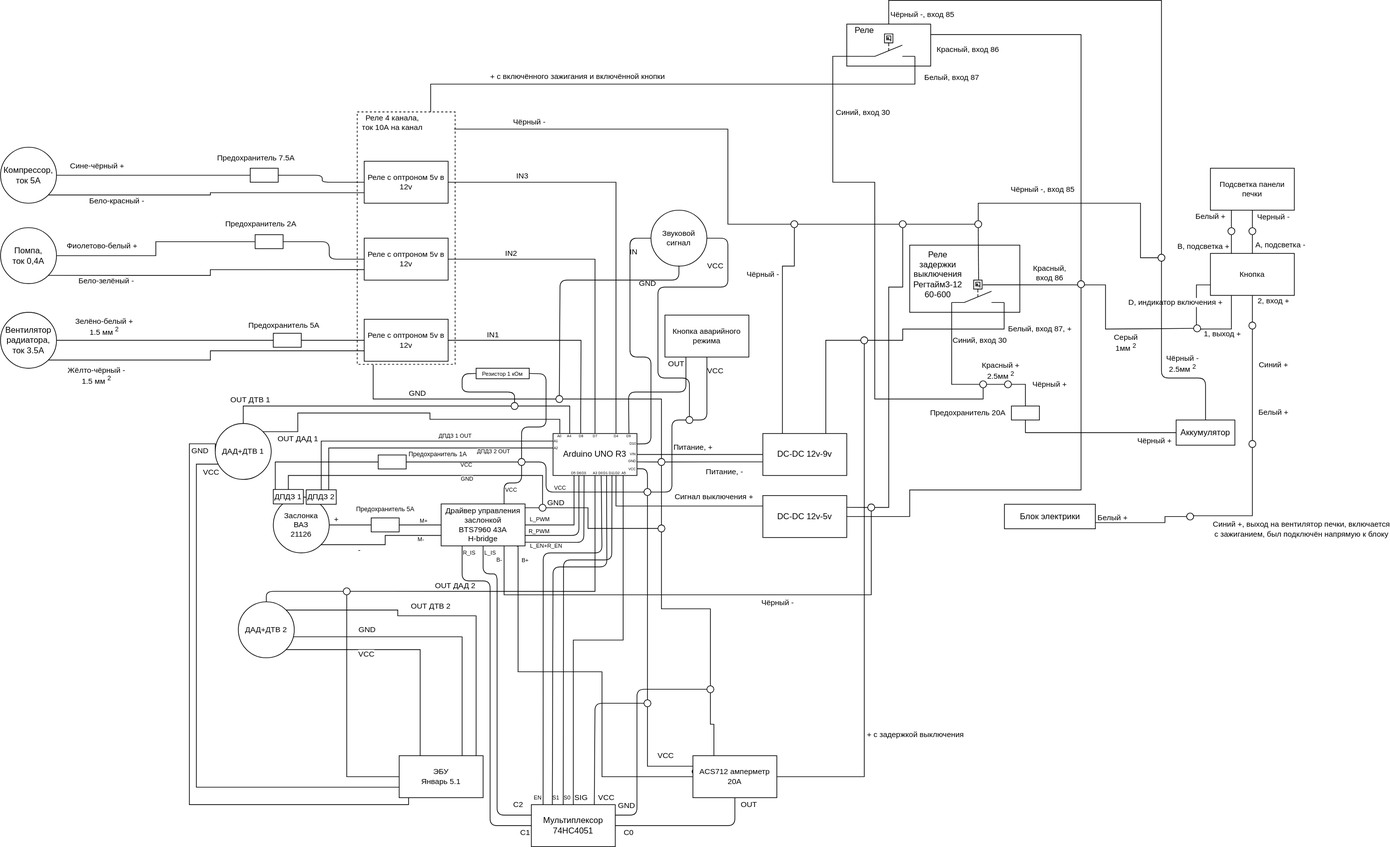
Before: electrical_scheme.drawio.svg, a diagram exported from draw.io (kak-tus/compressor). Source tidied: cells renumbered, new cells last; positions are measured from the earlier drawing's top-left corner, leaving out a move shared by most shapes.
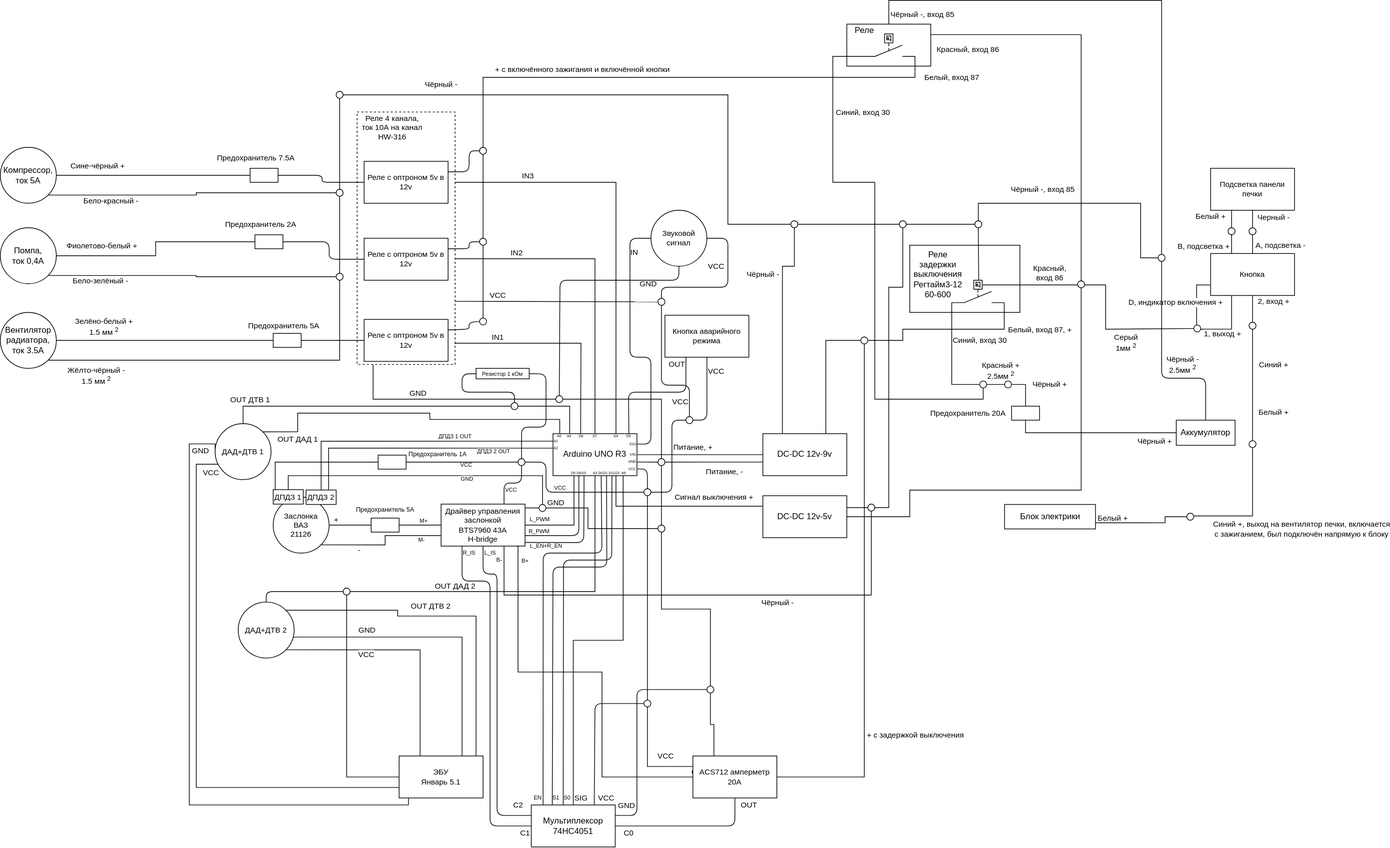
After the change.

Change to the diagram source:
```diff
@@ -2,6 +2,9 @@
   <root>
     <mxCell id="0" />
     <mxCell id="1" parent="0" />
+    <mxCell id="276" style="edgeStyle=none;html=1;exitX=1;exitY=0.75;exitDx=0;exitDy=0;endArrow=none;endFill=0;entryX=0;entryY=0.5;entryDx=0;entryDy=0;" parent="1" edge="1" source="2" target="280">
+      <mxGeometry relative="1" as="geometry" />
+    </mxCell>
     <mxCell id="2" style="rounded=0;whiteSpace=wrap;html=1;fontFamily=Helvetica;fontSize=11;fontColor=default;fillColor=none;dashed=1;" parent="1" vertex="1">
       <mxGeometry x="510" y="159.6" width="140" height="360.8" as="geometry" />
     </mxCell>
@@ -236,7 +239,7 @@
     <mxCell id="54" value="Помпа,&lt;br&gt;ток 0,4А" style="ellipse;whiteSpace=wrap;html=1;" parent="1" vertex="1">
       <mxGeometry y="325" width="80" height="80" as="geometry" />
     </mxCell>
-    <mxCell id="55" style="edgeStyle=orthogonalEdgeStyle;shape=connector;rounded=0;jettySize=auto;html=1;exitX=0.5;exitY=0;exitDx=0;exitDy=0;entryX=1;entryY=0.5;entryDx=0;entryDy=0;labelBackgroundColor=default;strokeColor=default;fontFamily=Helvetica;fontSize=11;fontColor=default;endArrow=none;endFill=0;" parent="1" edge="1" source="95" target="118">
+    <mxCell id="55" style="edgeStyle=orthogonalEdgeStyle;shape=connector;rounded=0;jettySize=auto;html=1;exitX=0.5;exitY=0;exitDx=0;exitDy=0;labelBackgroundColor=default;strokeColor=default;fontFamily=Helvetica;fontSize=11;fontColor=default;endArrow=none;endFill=0;entryX=1.001;entryY=0.581;entryDx=0;entryDy=0;entryPerimeter=0;" parent="1" edge="1" source="95" target="2">
       <mxGeometry relative="1" as="geometry" />
     </mxCell>
     <mxCell id="56" value="IN2" style="edgeLabel;html=1;align=center;verticalAlign=middle;fontSize=11;fontFamily=Helvetica;fontColor=default;" parent="55" vertex="1">
@@ -244,8 +247,13 @@
         <mxPoint y="-10" as="offset" />
       </mxGeometry>
     </mxCell>
-    <mxCell id="57" style="edgeStyle=orthogonalEdgeStyle;shape=connector;rounded=0;jettySize=auto;html=1;exitX=0.75;exitY=0;exitDx=0;exitDy=0;entryX=1;entryY=0.5;entryDx=0;entryDy=0;labelBackgroundColor=default;strokeColor=default;fontFamily=Helvetica;fontSize=11;fontColor=default;endArrow=none;endFill=0;" parent="1" edge="1" source="95" target="123">
-      <mxGeometry relative="1" as="geometry" />
+    <mxCell id="57" style="edgeStyle=orthogonalEdgeStyle;shape=connector;rounded=0;jettySize=auto;html=1;exitX=0.75;exitY=0;exitDx=0;exitDy=0;labelBackgroundColor=default;strokeColor=default;fontFamily=Helvetica;fontSize=11;fontColor=default;endArrow=none;endFill=0;" parent="1" edge="1" source="95">
+      <mxGeometry relative="1" as="geometry">
+        <mxPoint x="650" y="260" as="targetPoint" />
+        <Array as="points">
+          <mxPoint x="880" y="260" />
+        </Array>
+      </mxGeometry>
     </mxCell>
     <mxCell id="58" value="IN3" style="edgeLabel;html=1;align=center;verticalAlign=middle;fontSize=11;fontFamily=Helvetica;fontColor=default;" parent="57" vertex="1">
       <mxGeometry x="0.65" y="-2" relative="1" as="geometry">
@@ -320,12 +328,12 @@
         <mxPoint x="162" y="18" as="offset" />
       </mxGeometry>
     </mxCell>
-    <mxCell id="74" style="edgeStyle=orthogonalEdgeStyle;shape=connector;rounded=0;jettySize=auto;html=1;entryX=1;entryY=0.5;entryDx=0;entryDy=0;labelBackgroundColor=default;strokeColor=default;fontFamily=Helvetica;fontSize=11;fontColor=default;endArrow=none;endFill=0;exitX=0.33;exitY=-0.005;exitDx=0;exitDy=0;exitPerimeter=0;" parent="1" edge="1" source="95" target="113">
+    <mxCell id="74" style="edgeStyle=orthogonalEdgeStyle;shape=connector;rounded=0;jettySize=auto;html=1;entryX=1.001;entryY=0.919;entryDx=0;entryDy=0;labelBackgroundColor=default;strokeColor=default;fontFamily=Helvetica;fontSize=11;fontColor=default;endArrow=none;endFill=0;exitX=0.33;exitY=-0.005;exitDx=0;exitDy=0;exitPerimeter=0;entryPerimeter=0;" parent="1" edge="1" source="95" target="2">
       <mxGeometry relative="1" as="geometry">
         <Array as="points">
           <mxPoint x="830" y="600" />
-          <mxPoint x="830" y="600" />
-          <mxPoint x="830" y="486" />
+          <mxPoint x="830" y="490" />
+          <mxPoint x="650" y="490" />
         </Array>
       </mxGeometry>
     </mxCell>
@@ -488,17 +496,17 @@
         <mxPoint x="-7" as="offset" />
       </mxGeometry>
     </mxCell>
-    <mxCell id="107" style="edgeStyle=orthogonalEdgeStyle;shape=connector;rounded=0;jettySize=auto;html=1;entryX=0.99;entryY=0.068;entryDx=0;entryDy=0;entryPerimeter=0;labelBackgroundColor=default;strokeColor=default;fontFamily=Helvetica;fontSize=11;fontColor=default;endArrow=none;endFill=0;exitX=0;exitY=0.5;exitDx=0;exitDy=0;" parent="1" edge="1" source="197" target="2">
+    <mxCell id="107" style="edgeStyle=orthogonalEdgeStyle;shape=connector;rounded=0;jettySize=auto;html=1;entryX=1;entryY=0.5;entryDx=0;entryDy=0;labelBackgroundColor=default;strokeColor=default;fontFamily=Helvetica;fontSize=11;fontColor=default;endArrow=none;endFill=0;exitX=0;exitY=0.5;exitDx=0;exitDy=0;" parent="1" edge="1" source="197" target="281">
       <mxGeometry relative="1" as="geometry">
         <Array as="points">
           <mxPoint x="1040" y="320" />
-          <mxPoint x="1040" y="184" />
+          <mxPoint x="1040" y="135" />
         </Array>
       </mxGeometry>
     </mxCell>
     <mxCell id="108" value="Чёрный -" style="edgeLabel;html=1;align=center;verticalAlign=middle;fontSize=11;fontFamily=Helvetica;fontColor=default;" parent="107" vertex="1">
       <mxGeometry x="0.44" y="-1" relative="1" as="geometry">
-        <mxPoint x="-66" y="-9" as="offset" />
+        <mxPoint x="-92" y="-14" as="offset" />
       </mxGeometry>
     </mxCell>
     <mxCell id="109" style="edgeStyle=none;shape=connector;rounded=1;html=1;exitX=0.5;exitY=1;exitDx=0;exitDy=0;entryX=0.514;entryY=-0.018;entryDx=0;entryDy=0;entryPerimeter=0;labelBackgroundColor=default;strokeColor=default;fontFamily=Helvetica;fontSize=11;fontColor=default;endArrow=none;endFill=0;" parent="1" edge="1" source="110" target="6">
@@ -514,8 +522,12 @@
         </Array>
       </mxGeometry>
     </mxCell>
-    <mxCell id="112" style="edgeStyle=orthogonalEdgeStyle;shape=connector;rounded=0;jettySize=auto;html=1;exitX=0;exitY=0.75;exitDx=0;exitDy=0;entryX=1;entryY=1;entryDx=0;entryDy=0;labelBackgroundColor=default;strokeColor=default;fontFamily=Helvetica;fontSize=11;fontColor=default;endArrow=none;endFill=0;" parent="1" edge="1" source="113" target="53">
-      <mxGeometry relative="1" as="geometry" />
+    <mxCell id="112" style="edgeStyle=orthogonalEdgeStyle;shape=connector;rounded=0;jettySize=auto;html=1;exitX=0.5;exitY=1;exitDx=0;exitDy=0;entryX=1;entryY=1;entryDx=0;entryDy=0;labelBackgroundColor=default;strokeColor=default;fontFamily=Helvetica;fontSize=11;fontColor=default;endArrow=none;endFill=0;" parent="1" edge="1" source="285" target="53">
+      <mxGeometry relative="1" as="geometry">
+        <Array as="points">
+          <mxPoint x="485" y="514" />
+        </Array>
+      </mxGeometry>
     </mxCell>
     <mxCell id="113" value="Реле с оптроном 5v в 12v" style="rounded=0;whiteSpace=wrap;html=1;fontFamily=Helvetica;fontSize=11;fontColor=default;" parent="1" vertex="1">
       <mxGeometry x="520" y="456" width="120" height="60" as="geometry" />
@@ -528,7 +540,7 @@
         <mxPoint x="36" y="-12" as="offset" />
       </mxGeometry>
     </mxCell>
-    <mxCell id="116" style="edgeStyle=orthogonalEdgeStyle;shape=connector;rounded=0;jettySize=auto;html=1;exitX=0;exitY=0.75;exitDx=0;exitDy=0;entryX=1;entryY=1;entryDx=0;entryDy=0;labelBackgroundColor=default;strokeColor=default;fontFamily=Helvetica;fontSize=11;fontColor=default;endArrow=none;endFill=0;" parent="1" edge="1" source="118" target="54">
+    <mxCell id="116" style="edgeStyle=orthogonalEdgeStyle;shape=connector;rounded=0;jettySize=auto;html=1;exitX=0;exitY=0.5;exitDx=0;exitDy=0;entryX=1;entryY=1;entryDx=0;entryDy=0;labelBackgroundColor=default;strokeColor=default;fontFamily=Helvetica;fontSize=11;fontColor=default;endArrow=none;endFill=0;" parent="1" edge="1" source="285" target="54">
       <mxGeometry relative="1" as="geometry" />
     </mxCell>
     <mxCell id="117" value="Бело-зелёный -" style="edgeLabel;html=1;align=center;verticalAlign=middle;" parent="116" vertex="1">
@@ -547,7 +559,7 @@
         <mxPoint y="-14" as="offset" />
       </mxGeometry>
     </mxCell>
-    <mxCell id="121" style="edgeStyle=orthogonalEdgeStyle;shape=connector;rounded=0;jettySize=auto;html=1;exitX=0;exitY=0.75;exitDx=0;exitDy=0;entryX=1;entryY=1;entryDx=0;entryDy=0;labelBackgroundColor=default;strokeColor=default;fontFamily=Helvetica;fontSize=11;fontColor=default;endArrow=none;endFill=0;" parent="1" edge="1" source="123" target="49">
+    <mxCell id="121" style="edgeStyle=orthogonalEdgeStyle;shape=connector;rounded=0;jettySize=auto;html=1;exitX=0;exitY=0.5;exitDx=0;exitDy=0;entryX=1;entryY=1;entryDx=0;entryDy=0;labelBackgroundColor=default;strokeColor=default;fontFamily=Helvetica;fontSize=11;fontColor=default;endArrow=none;endFill=0;startArrow=none;" parent="1" edge="1" source="283" target="49">
       <mxGeometry relative="1" as="geometry" />
     </mxCell>
     <mxCell id="122" value="Бело-красный -" style="edgeLabel;html=1;align=center;verticalAlign=middle;" parent="121" vertex="1">
@@ -641,8 +653,8 @@
     <mxCell id="142" value="ДПДЗ 2" style="rounded=0;whiteSpace=wrap;html=1;fontFamily=Helvetica;fontSize=11;fontColor=default;" parent="1" vertex="1">
       <mxGeometry x="437" y="699.8" width="43" height="20.7" as="geometry" />
     </mxCell>
-    <mxCell id="143" value="Реле 4 канала,&lt;br&gt;ток 10А на канал" style="text;html=1;align=center;verticalAlign=middle;strokeColor=none;fillColor=none;fontSize=11;fontFamily=Helvetica;fontColor=default;" parent="1" vertex="1">
-      <mxGeometry x="505" y="154.6" width="110" height="40" as="geometry" />
+    <mxCell id="143" value="Реле 4 канала,&lt;br&gt;ток 10А на канал&lt;br&gt;HW-316" style="text;html=1;align=center;verticalAlign=middle;strokeColor=none;fillColor=none;fontSize=11;fontFamily=Helvetica;fontColor=default;" parent="1" vertex="1">
+      <mxGeometry x="505" y="156.6" width="110" height="50" as="geometry" />
     </mxCell>
     <mxCell id="144" style="edgeStyle=orthogonalEdgeStyle;shape=connector;rounded=0;jettySize=auto;html=1;entryX=0.75;entryY=0;entryDx=0;entryDy=0;labelBackgroundColor=default;strokeColor=default;fontFamily=Helvetica;fontSize=11;fontColor=default;endArrow=none;endFill=0;" parent="1" edge="1" source="151" target="172">
       <mxGeometry relative="1" as="geometry">
@@ -707,8 +719,13 @@
     <mxCell id="155" value="Чёрный -, вход 85" style="edgeLabel;html=1;align=center;verticalAlign=middle;" parent="1" vertex="1">
       <mxGeometry x="1318" y="20" as="geometry" />
     </mxCell>
-    <mxCell id="156" style="edgeStyle=orthogonalEdgeStyle;shape=connector;rounded=0;jettySize=auto;html=1;exitX=1;exitY=1;exitDx=0;exitDy=0;entryX=0.75;entryY=0;entryDx=0;entryDy=0;labelBackgroundColor=default;strokeColor=default;fontFamily=Helvetica;fontSize=11;fontColor=default;endArrow=none;endFill=0;" parent="1" edge="1" source="158" target="2">
-      <mxGeometry relative="1" as="geometry" />
+    <mxCell id="156" style="edgeStyle=orthogonalEdgeStyle;shape=connector;rounded=0;jettySize=auto;html=1;exitX=1;exitY=1;exitDx=0;exitDy=0;entryX=0.5;entryY=0;entryDx=0;entryDy=0;labelBackgroundColor=default;strokeColor=default;fontFamily=Helvetica;fontSize=11;fontColor=default;endArrow=none;endFill=0;" parent="1" edge="1" source="158" target="288">
+      <mxGeometry relative="1" as="geometry">
+        <Array as="points">
+          <mxPoint x="1308" y="110" />
+          <mxPoint x="690" y="110" />
+        </Array>
+      </mxGeometry>
     </mxCell>
     <mxCell id="157" value="+ с включённого зажигания и включённой кнопки" style="edgeLabel;html=1;align=center;verticalAlign=middle;fontSize=11;fontFamily=Helvetica;fontColor=default;" parent="156" vertex="1">
       <mxGeometry x="0.35" y="2" relative="1" as="geometry">
@@ -1090,14 +1107,11 @@
         </Array>
       </mxGeometry>
     </mxCell>
-    <mxCell id="242" style="edgeStyle=none;shape=connector;rounded=1;html=1;exitX=1;exitY=0.5;exitDx=0;exitDy=0;entryX=0.5;entryY=0;entryDx=0;entryDy=0;labelBackgroundColor=default;strokeColor=default;fontFamily=Helvetica;fontSize=11;fontColor=default;endArrow=none;endFill=0;" parent="1" edge="1" source="243" target="254">
+    <mxCell id="242" style="edgeStyle=none;shape=connector;rounded=1;html=1;exitX=0.5;exitY=1;exitDx=0;exitDy=0;entryX=0.5;entryY=0;entryDx=0;entryDy=0;labelBackgroundColor=default;strokeColor=default;fontFamily=Helvetica;fontSize=11;fontColor=default;endArrow=none;endFill=0;startArrow=none;" parent="1" edge="1" source="280" target="254">
       <mxGeometry relative="1" as="geometry">
         <Array as="points">
-          <mxPoint x="1040" y="340" />
-          <mxPoint x="1040" y="410" />
-          <mxPoint x="940" y="410" />
-          <mxPoint x="940" y="540" />
-          <mxPoint x="985" y="540" />
+          <mxPoint x="945" y="550" />
+          <mxPoint x="985" y="550" />
         </Array>
       </mxGeometry>
     </mxCell>
@@ -1144,6 +1158,16 @@
         <mxPoint x="426" y="-188" as="offset" />
       </mxGeometry>
     </mxCell>
+    <mxCell id="277" value="VCC" style="edgeLabel;html=1;align=center;verticalAlign=middle;fontSize=11;fontFamily=Helvetica;fontColor=default;labelBackgroundColor=none;" parent="245" vertex="1">
+      <mxGeometry x="-0.27" y="2" relative="1" as="geometry">
+        <mxPoint x="375" y="6" as="offset" />
+      </mxGeometry>
+    </mxCell>
+    <mxCell id="278" value="VCC" style="edgeLabel;html=1;align=center;verticalAlign=middle;fontSize=11;fontFamily=Helvetica;fontColor=default;labelBackgroundColor=none;" parent="245" vertex="1">
+      <mxGeometry x="-0.27" y="2" relative="1" as="geometry">
+        <mxPoint x="114" y="-146" as="offset" />
+      </mxGeometry>
+    </mxCell>
     <mxCell id="252" style="ellipse;whiteSpace=wrap;html=1;fontFamily=Helvetica;fontSize=11;fontColor=default;" parent="1" vertex="1">
       <mxGeometry x="794" y="565" width="10" height="10" as="geometry" />
     </mxCell>
@@ -1257,5 +1281,71 @@
     <mxCell id="275" value="D11" style="text;html=1;align=center;verticalAlign=middle;strokeColor=none;fillColor=none;fontSize=5;" parent="1" vertex="1">
       <mxGeometry x="859" y="665" width="30" height="20" as="geometry" />
     </mxCell>
+    <mxCell id="279" style="edgeStyle=none;shape=connector;rounded=1;html=1;exitX=1;exitY=0.5;exitDx=0;exitDy=0;entryX=0.5;entryY=0;entryDx=0;entryDy=0;labelBackgroundColor=default;strokeColor=default;fontFamily=Helvetica;fontSize=11;fontColor=default;endArrow=none;endFill=0;" parent="1" edge="1" source="243" target="280">
+      <mxGeometry relative="1" as="geometry">
+        <Array as="points">
+          <mxPoint x="1040" y="340" />
+          <mxPoint x="1040" y="410" />
+          <mxPoint x="945" y="410" />
+        </Array>
+      </mxGeometry>
+    </mxCell>
+    <mxCell id="280" style="ellipse;whiteSpace=wrap;html=1;fontFamily=Helvetica;fontSize=11;fontColor=default;" parent="1" vertex="1">
+      <mxGeometry x="940" y="425.8" width="10" height="10" as="geometry" />
+    </mxCell>
+    <mxCell id="281" style="ellipse;whiteSpace=wrap;html=1;fontFamily=Helvetica;fontSize=11;fontColor=default;" parent="1" vertex="1">
+      <mxGeometry x="480" y="130" width="10" height="10" as="geometry" />
+    </mxCell>
+    <mxCell id="282" style="edgeStyle=orthogonalEdgeStyle;shape=connector;rounded=0;jettySize=auto;html=1;exitX=0.5;exitY=1;exitDx=0;exitDy=0;entryX=0.5;entryY=0;entryDx=0;entryDy=0;labelBackgroundColor=default;strokeColor=default;fontFamily=Helvetica;fontSize=11;fontColor=default;endArrow=none;endFill=0;" parent="1" edge="1" source="281" target="283">
+      <mxGeometry relative="1" as="geometry" />
+    </mxCell>
+    <mxCell id="283" style="ellipse;whiteSpace=wrap;html=1;fontFamily=Helvetica;fontSize=11;fontColor=default;" parent="1" vertex="1">
+      <mxGeometry x="480" y="270" width="10" height="10" as="geometry" />
+    </mxCell>
+    <mxCell id="284" style="edgeStyle=none;html=1;exitX=0.5;exitY=0;exitDx=0;exitDy=0;entryX=0.5;entryY=1;entryDx=0;entryDy=0;endArrow=none;endFill=0;" parent="1" edge="1" source="285" target="283">
+      <mxGeometry relative="1" as="geometry" />
+    </mxCell>
+    <mxCell id="285" style="ellipse;whiteSpace=wrap;html=1;fontFamily=Helvetica;fontSize=11;fontColor=default;" parent="1" vertex="1">
+      <mxGeometry x="480" y="390" width="10" height="10" as="geometry" />
+    </mxCell>
+    <mxCell id="286" style="edgeStyle=none;html=1;exitX=0.5;exitY=1;exitDx=0;exitDy=0;entryX=0.5;entryY=0;entryDx=0;entryDy=0;endArrow=none;endFill=0;" parent="1" edge="1" source="288" target="291">
+      <mxGeometry relative="1" as="geometry" />
+    </mxCell>
+    <mxCell id="287" style="edgeStyle=none;html=1;exitX=0;exitY=0.5;exitDx=0;exitDy=0;entryX=1;entryY=0.25;entryDx=0;entryDy=0;endArrow=none;endFill=0;" parent="1" edge="1" source="288" target="123">
+      <mxGeometry relative="1" as="geometry">
+        <Array as="points">
+          <mxPoint x="670" y="215" />
+          <mxPoint x="670" y="245" />
+        </Array>
+      </mxGeometry>
+    </mxCell>
+    <mxCell id="288" style="ellipse;whiteSpace=wrap;html=1;fontFamily=Helvetica;fontSize=11;fontColor=default;" parent="1" vertex="1">
+      <mxGeometry x="685" y="210" width="10" height="10" as="geometry" />
+    </mxCell>
+    <mxCell id="289" style="edgeStyle=none;html=1;exitX=0.5;exitY=1;exitDx=0;exitDy=0;entryX=0.5;entryY=0;entryDx=0;entryDy=0;endArrow=none;endFill=0;" parent="1" edge="1" source="291" target="293">
+      <mxGeometry relative="1" as="geometry" />
+    </mxCell>
+    <mxCell id="290" style="edgeStyle=none;html=1;exitX=0;exitY=0.5;exitDx=0;exitDy=0;entryX=1;entryY=0.25;entryDx=0;entryDy=0;endArrow=none;endFill=0;" parent="1" edge="1" source="291" target="118">
+      <mxGeometry relative="1" as="geometry">
+        <Array as="points">
+          <mxPoint x="670" y="345" />
+          <mxPoint x="670" y="355" />
+        </Array>
+      </mxGeometry>
+    </mxCell>
+    <mxCell id="291" style="ellipse;whiteSpace=wrap;html=1;fontFamily=Helvetica;fontSize=11;fontColor=default;" parent="1" vertex="1">
+      <mxGeometry x="685" y="340" width="10" height="10" as="geometry" />
+    </mxCell>
+    <mxCell id="292" style="edgeStyle=none;html=1;exitX=0;exitY=0.5;exitDx=0;exitDy=0;entryX=1;entryY=0.25;entryDx=0;entryDy=0;endArrow=none;endFill=0;" parent="1" edge="1" source="293" target="113">
+      <mxGeometry relative="1" as="geometry">
+        <Array as="points">
+          <mxPoint x="670" y="460" />
+          <mxPoint x="670" y="470" />
+        </Array>
+      </mxGeometry>
+    </mxCell>
+    <mxCell id="293" style="ellipse;whiteSpace=wrap;html=1;fontFamily=Helvetica;fontSize=11;fontColor=default;" parent="1" vertex="1">
+      <mxGeometry x="685" y="454" width="10" height="10" as="geometry" />
+    </mxCell>
   </root>
 </mxGraphModel>
```
